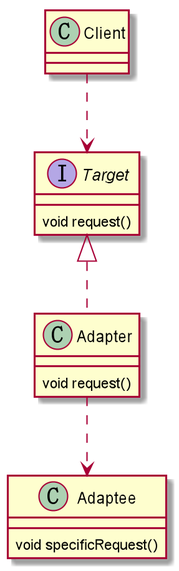
Before: design/类适配器模式.png, a diagram exported from PlantUML (FameLsy/Images).
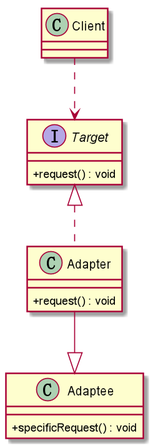
Later version of the same file.

What changed in the source:
```diff
@@ -1,16 +1,17 @@
 @startuml
+skinparam classAttributeIconSize 0
 Interface Target{
- void request()
+ + request() : void
 }
 Class Adapter{
- void request()
+ +  request() : void
 }
 Class Adaptee{
-   void specificRequest()
+   + specificRequest() : void
 }
 
 Target <|.. Adapter
-Adapter ..> Adaptee
+Adapter --|> Adaptee
 Client ..> Target
 
 @enduml
```
